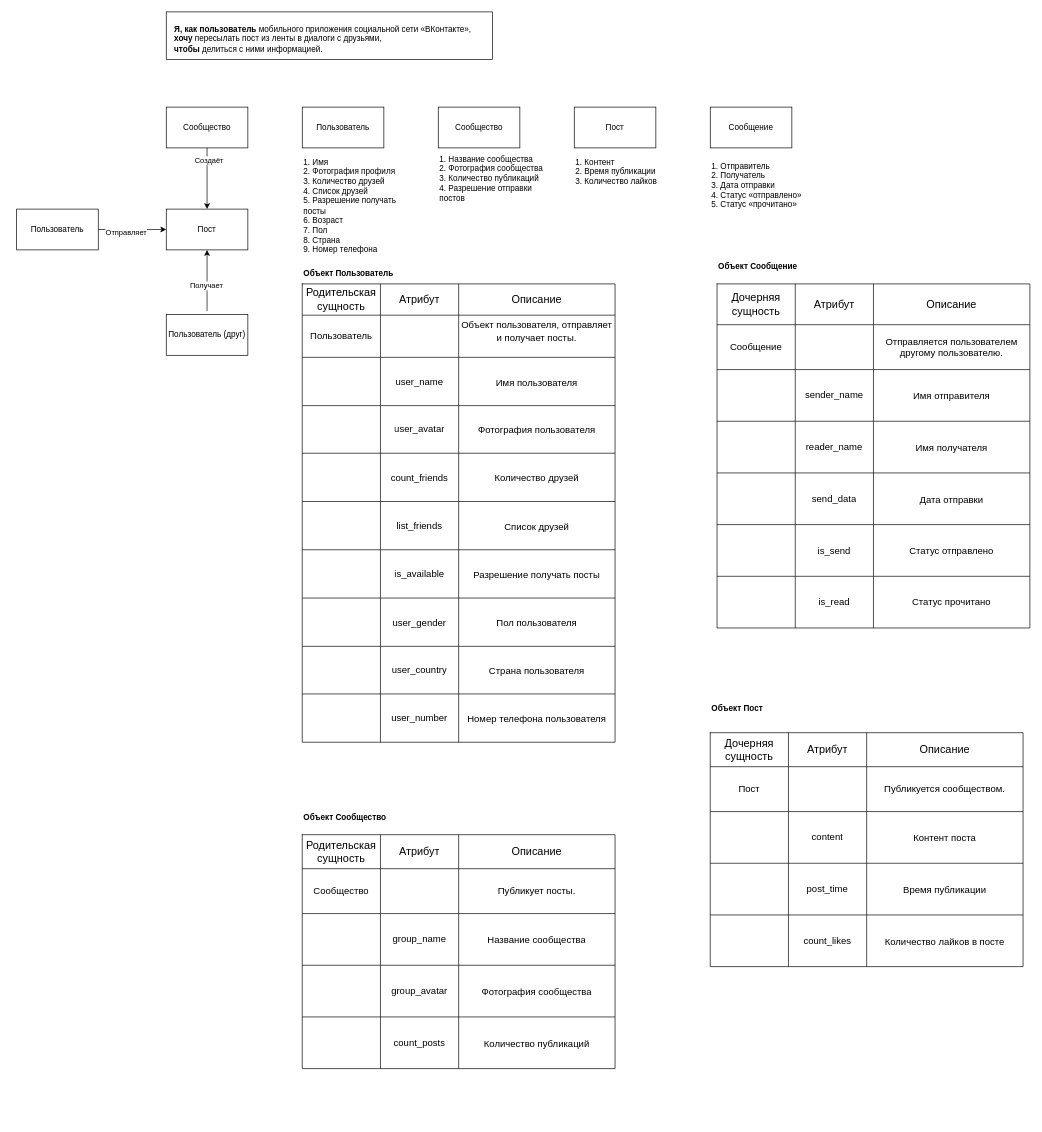
Above: Диаграмма без названия.drawio in Giuzal/VK_post (draw.io), before the change. Source tidied: cells renumbered, new cells numbered last; positions are measured from the earlier drawing's top-left corner, leaving out a move shared by most shapes. Both pictures are drawn from the tidied source at 68%, with x=0, y=0 at pixel (16, 12).
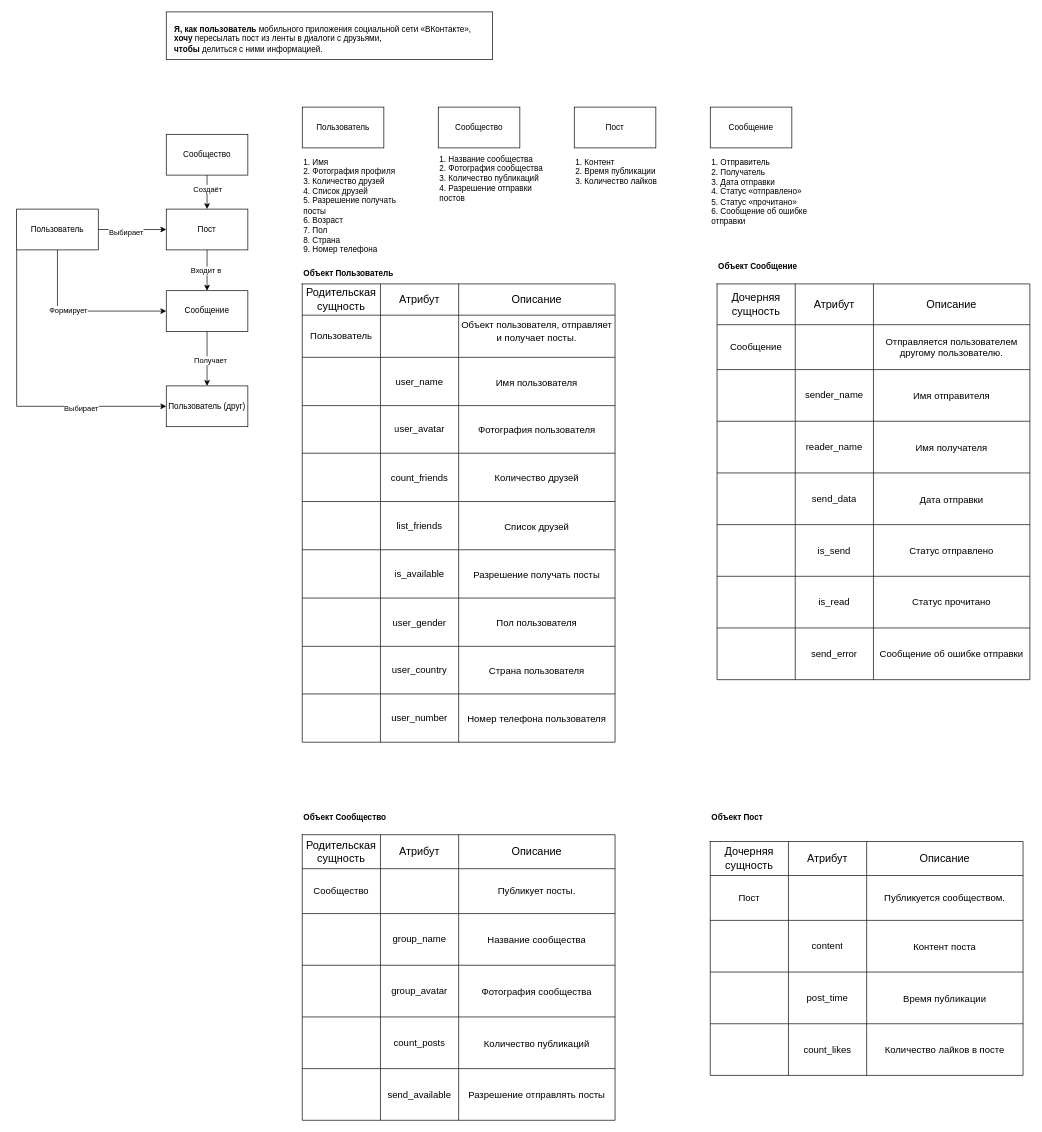
Above is the later version.

Unchanged cells that the change refers to:
```xml
<mxCell id="4" value="Пользователь" style="rounded=0;whiteSpace=wrap;html=1;" parent="1" vertex="1">
  <mxGeometry y="290" width="120" height="60" as="geometry" />
</mxCell>
<mxCell id="11" style="endArrow=classic;html=1;rounded=0;exitX=1;exitY=0.5;exitDx=0;exitDy=0;entryX=0;entryY=0.5;entryDx=0;entryDy=0;" parent="1" edge="1" source="4" target="13">
  <mxGeometry relative="1" as="geometry" />
</mxCell>
<mxCell id="13" value="Пост" style="rounded=0;whiteSpace=wrap;html=1;" parent="1" vertex="1">
  <mxGeometry x="220" y="290" width="120" height="60" as="geometry" />
</mxCell>
<mxCell id="17" style="endArrow=classic;html=1;rounded=0;exitX=0.5;exitY=1;exitDx=0;exitDy=0;entryX=0.5;entryY=0;entryDx=0;entryDy=0;" parent="1" edge="1" source="16" target="13">
  <mxGeometry relative="1" as="geometry" />
</mxCell>
```

Diff of the diagram source:
```diff
@@
-    <mxCell id="12" value="Отправляет" style="edgeLabel;html=1;align=center;verticalAlign=middle;" parent="11" vertex="1">
+    <mxCell id="12" value="Выбирает" style="edgeLabel;html=1;align=center;verticalAlign=middle;" parent="11" vertex="1">
       <mxGeometry x="-0.2" y="-3" relative="1" as="geometry" />
     </mxCell>
@@
-    <mxCell id="14" style="endArrow=classic;html=1;rounded=0;entryX=0.5;entryY=1;entryDx=0;entryDy=0;" parent="1" edge="1" target="13">
+    <mxCell id="14" style="endArrow=classic;html=1;rounded=0;exitX=0.5;exitY=1;exitDx=0;exitDy=0;entryX=0;entryY=0.5;entryDx=0;entryDy=0;" parent="1" edge="1" source="4" target="146">
       <mxGeometry relative="1" as="geometry">
-        <mxPoint x="280" y="440" as="sourcePoint" />
+        <Array as="points">
+          <mxPoint x="60" y="440" />
+        </Array>
       </mxGeometry>
     </mxCell>
-    <mxCell id="15" value="Получает" style="edgeLabel;html=1;align=center;verticalAlign=middle;" parent="14" vertex="1">
+    <mxCell id="15" value="Формирует" style="edgeLabel;html=1;align=center;verticalAlign=middle;" parent="14" vertex="1">
       <mxGeometry x="-0.16" y="2" relative="1" as="geometry" />
     </mxCell>
     <mxCell id="16" value="Сообщество" style="rounded=0;whiteSpace=wrap;html=1;" parent="1" vertex="1">
-      <mxGeometry x="220" y="140" width="120" height="60" as="geometry" />
+      <mxGeometry x="220" y="180" width="120" height="60" as="geometry" />
     </mxCell>
@@
     <mxCell id="18" value="Создаёт" style="edgeLabel;html=1;align=center;verticalAlign=middle;" parent="17" vertex="1">
-      <mxGeometry x="-0.61" y="2" relative="1" as="geometry" />
+      <mxGeometry x="-0.61" y="2" relative="1" as="geometry">
+        <mxPoint x="-2" y="10" as="offset" />
+      </mxGeometry>
     </mxCell>
     <mxCell id="19" value="Пользователь (друг)" style="rounded=0;whiteSpace=wrap;html=1;" parent="1" vertex="1">
-      <mxGeometry x="220" y="445" width="120" height="60" as="geometry" />
+      <mxGeometry x="220" y="550" width="120" height="60" as="geometry" />
     </mxCell>
@@
     <mxCell id="62" style="shape=table;startSize=0;childLayout=tableLayout;fontSize=14;" parent="1" vertex="1">
-      <mxGeometry x="420" y="1210" width="460" height="344" as="geometry" />
+      <mxGeometry x="420" y="1210" width="460" height="420" as="geometry" />
     </mxCell>
@@
+    <mxCell id="138" style="shape=tableRow;horizontal=0;startSize=0;swimlaneHead=0;swimlaneBody=0;strokeColor=inherit;top=0;left=0;bottom=0;right=0;fillColor=none;fontSize=16;" parent="62" vertex="1">
+      <mxGeometry y="344" width="460" height="76" as="geometry" />
+    </mxCell>
+    <mxCell id="139" style="shape=partialRectangle;html=1;whiteSpace=wrap;strokeColor=inherit;overflow=hidden;fillColor=none;top=0;left=0;bottom=0;right=0;fontSize=16;" parent="138" vertex="1">
+      <mxGeometry width="115" height="76" as="geometry" />
+    </mxCell>
+    <mxCell id="140" value="send_available" style="shape=partialRectangle;html=1;whiteSpace=wrap;strokeColor=inherit;overflow=hidden;fillColor=none;top=0;left=0;bottom=0;right=0;fontSize=14;" parent="138" vertex="1">
+      <mxGeometry x="115" width="115" height="76" as="geometry" />
+    </mxCell>
+    <mxCell id="141" value="&lt;font style=&quot;font-size: 14px;&quot;&gt;Разрешение отправлять посты&lt;/font&gt;" style="shape=partialRectangle;html=1;whiteSpace=wrap;strokeColor=inherit;overflow=hidden;fillColor=none;top=0;left=0;bottom=0;right=0;fontSize=16;" parent="138" vertex="1">
+      <mxGeometry x="230" width="230" height="76" as="geometry" />
+    </mxCell>
@@
     <mxCell id="84" style="shape=table;startSize=0;childLayout=tableLayout;fontSize=14;" parent="1" vertex="1">
-      <mxGeometry x="1020" y="1060" width="460" height="344" as="geometry" />
+      <mxGeometry x="1020" y="1220" width="460" height="344" as="geometry" />
     </mxCell>
@@
     <mxCell id="105" value="Объект Пост" style="text;html=1;align=left;verticalAlign=middle;whiteSpace=wrap;rounded=0;fontStyle=1;" parent="1" vertex="1">
-      <mxGeometry x="1020" y="1010" width="190" height="30" as="geometry" />
+      <mxGeometry x="1020" y="1170" width="190" height="30" as="geometry" />
     </mxCell>
@@
-    <mxCell id="107" value="1. Отправитель&lt;div&gt;2. Получатель&lt;/div&gt;&lt;div&gt;3. Дата отправки&lt;/div&gt;&lt;div&gt;4. Статус «отправлено»&lt;/div&gt;&lt;div&gt;5. Статус «прочитано»&lt;/div&gt;" style="text;html=1;align=left;verticalAlign=middle;whiteSpace=wrap;rounded=0;" parent="1" vertex="1">
-      <mxGeometry x="1020" y="240" width="160" height="30" as="geometry" />
+    <mxCell id="107" value="1. Отправитель&lt;div&gt;2. Получатель&lt;/div&gt;&lt;div&gt;3. Дата отправки&lt;/div&gt;&lt;div&gt;4. Статус «отправлено»&lt;/div&gt;&lt;div&gt;5. Статус «прочитано»&lt;/div&gt;&lt;div&gt;6. Сообщение об ошибке отправки&lt;/div&gt;" style="text;html=1;align=left;verticalAlign=middle;whiteSpace=wrap;rounded=0;" parent="1" vertex="1">
+      <mxGeometry x="1020" y="250" width="160" height="30" as="geometry" />
     </mxCell>
     <mxCell id="108" style="shape=table;startSize=0;childLayout=tableLayout;fontSize=14;" parent="1" vertex="1">
-      <mxGeometry x="1030" y="400" width="460" height="506" as="geometry" />
+      <mxGeometry x="1030" y="400" width="460" height="582" as="geometry" />
     </mxCell>
@@
+    <mxCell id="142" style="shape=tableRow;horizontal=0;startSize=0;swimlaneHead=0;swimlaneBody=0;strokeColor=inherit;top=0;left=0;bottom=0;right=0;fillColor=none;fontSize=16;" parent="108" vertex="1">
+      <mxGeometry y="506" width="460" height="76" as="geometry" />
+    </mxCell>
+    <mxCell id="143" style="shape=partialRectangle;html=1;whiteSpace=wrap;strokeColor=inherit;overflow=hidden;fillColor=none;top=0;left=0;bottom=0;right=0;fontSize=16;" parent="142" vertex="1">
+      <mxGeometry width="115" height="76" as="geometry" />
+    </mxCell>
+    <mxCell id="144" value="send_error" style="shape=partialRectangle;html=1;whiteSpace=wrap;strokeColor=inherit;overflow=hidden;fillColor=none;top=0;left=0;bottom=0;right=0;fontSize=14;" parent="142" vertex="1">
+      <mxGeometry x="115" width="115" height="76" as="geometry" />
+    </mxCell>
+    <mxCell id="145" value="Сообщение об ошибке отправки" style="shape=partialRectangle;html=1;whiteSpace=wrap;strokeColor=inherit;overflow=hidden;fillColor=none;top=0;left=0;bottom=0;right=0;fontSize=14;" parent="142" vertex="1">
+      <mxGeometry x="230" width="230" height="76" as="geometry" />
+    </mxCell>
@@
+    <mxCell id="146" value="Сообщение" style="rounded=0;whiteSpace=wrap;html=1;" parent="1" vertex="1">
+      <mxGeometry x="220" y="410" width="120" height="60" as="geometry" />
+    </mxCell>
+    <mxCell id="147" style="endArrow=classic;html=1;rounded=0;exitX=0.5;exitY=1;exitDx=0;exitDy=0;entryX=0.5;entryY=0;entryDx=0;entryDy=0;" parent="1" edge="1" source="13" target="146">
+      <mxGeometry relative="1" as="geometry" />
+    </mxCell>
+    <mxCell id="148" value="Входит в&amp;nbsp;" style="edgeLabel;html=1;align=center;verticalAlign=middle;" parent="147" vertex="1">
+      <mxGeometry y="-1" relative="1" as="geometry" />
+    </mxCell>
+    <mxCell id="149" style="endArrow=classic;html=1;rounded=0;exitX=0.5;exitY=1;exitDx=0;exitDy=0;entryX=0.5;entryY=0;entryDx=0;entryDy=0;" parent="1" edge="1" source="146" target="19">
+      <mxGeometry relative="1" as="geometry" />
+    </mxCell>
+    <mxCell id="150" value="Получает" style="edgeLabel;html=1;align=center;verticalAlign=middle;" parent="149" vertex="1">
+      <mxGeometry x="0.04" y="4" relative="1" as="geometry" />
+    </mxCell>
+    <mxCell id="151" style="endArrow=classic;html=1;rounded=0;exitX=0;exitY=1;exitDx=0;exitDy=0;entryX=0;entryY=0.5;entryDx=0;entryDy=0;" parent="1" edge="1" source="4" target="19">
+      <mxGeometry relative="1" as="geometry">
+        <Array as="points">
+          <mxPoint y="580" />
+        </Array>
+      </mxGeometry>
+    </mxCell>
+    <mxCell id="152" value="Выбирает" style="edgeLabel;html=1;align=center;verticalAlign=middle;" parent="151" vertex="1">
+      <mxGeometry x="0.44" y="-2" relative="1" as="geometry" />
+    </mxCell>
```
